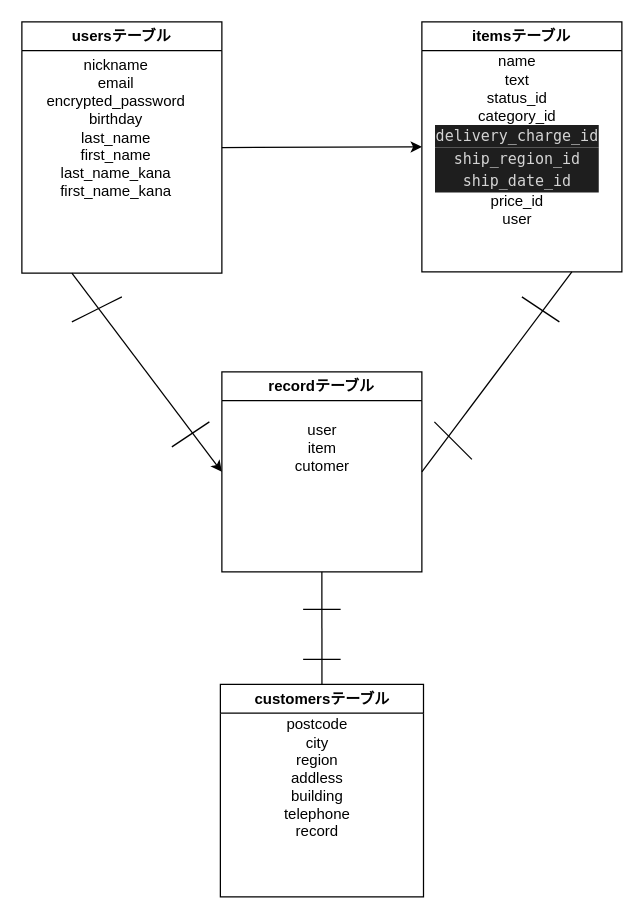
The draw.io diagram furima.dio in yk031000/furima-38576, before the edit. Source tidied: cells renumbered, new cells numbered last; positions are measured from the earlier drawing's top-left corner, leaving out a move shared by most shapes. Both pictures are drawn from the tidied source at 125%, with x=0, y=0 at pixel (21, 21).
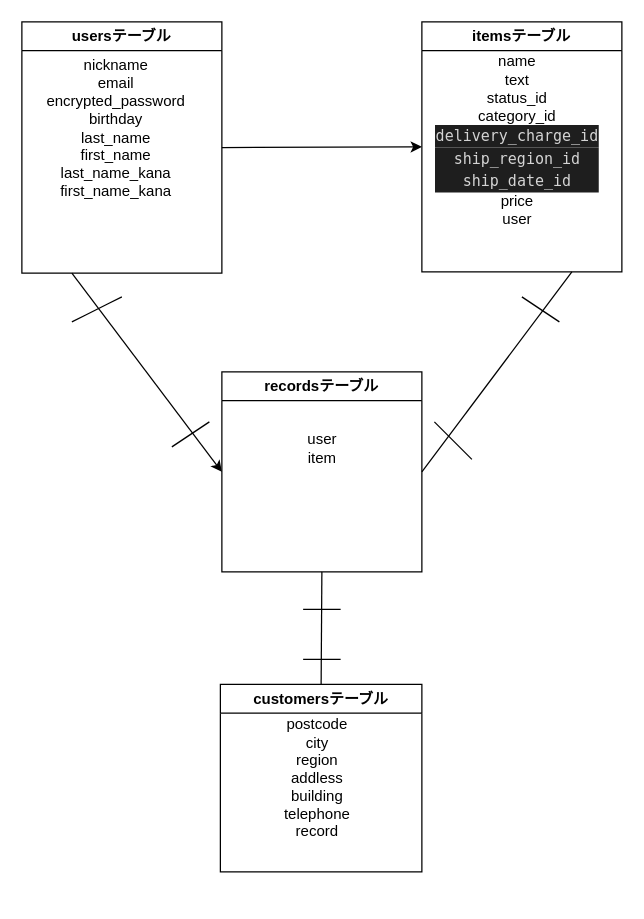
Above is the later version.

Commit message (it also covers changes not shown here):
データベース設計作成

Unchanged cells that the change refers to:
```xml
<mxCell id="6" value="itemsテーブル" style="swimlane;whiteSpace=wrap;html=1;" parent="1" vertex="1">
  <mxGeometry x="320" width="160" height="200" as="geometry" />
</mxCell>
```

What changed in the source:
```diff
@@
-    <mxCell id="7" value="name&lt;br&gt;text&lt;br&gt;status_id&lt;br&gt;category_id&lt;br&gt;&lt;div style=&quot;color: rgb(212, 212, 212); background-color: rgb(30, 30, 30); font-family: Menlo, Monaco, &amp;quot;Courier New&amp;quot;, monospace; line-height: 18px;&quot;&gt;delivery_charge_id&lt;/div&gt;&lt;div style=&quot;color: rgb(212, 212, 212); background-color: rgb(30, 30, 30); font-family: Menlo, Monaco, &amp;quot;Courier New&amp;quot;, monospace; line-height: 18px;&quot;&gt;&lt;div style=&quot;line-height: 18px;&quot;&gt;ship_region_id&lt;/div&gt;&lt;div style=&quot;line-height: 18px;&quot;&gt;&lt;div style=&quot;line-height: 18px;&quot;&gt;ship_date_id&lt;/div&gt;&lt;/div&gt;&lt;/div&gt;price_id&lt;br&gt;user" style="text;html=1;align=center;verticalAlign=middle;strokeColor=none;fillColor=none;" parent="6" vertex="1">
+    <mxCell id="7" value="name&lt;br&gt;text&lt;br&gt;status_id&lt;br&gt;category_id&lt;br&gt;&lt;div style=&quot;color: rgb(212, 212, 212); background-color: rgb(30, 30, 30); font-family: Menlo, Monaco, &amp;quot;Courier New&amp;quot;, monospace; line-height: 18px;&quot;&gt;delivery_charge_id&lt;/div&gt;&lt;div style=&quot;color: rgb(212, 212, 212); background-color: rgb(30, 30, 30); font-family: Menlo, Monaco, &amp;quot;Courier New&amp;quot;, monospace; line-height: 18px;&quot;&gt;&lt;div style=&quot;line-height: 18px;&quot;&gt;ship_region_id&lt;/div&gt;&lt;div style=&quot;line-height: 18px;&quot;&gt;&lt;div style=&quot;line-height: 18px;&quot;&gt;ship_date_id&lt;/div&gt;&lt;/div&gt;&lt;/div&gt;price&lt;br&gt;user" style="text;html=1;align=center;verticalAlign=middle;strokeColor=none;fillColor=none;" parent="6" vertex="1">
       <mxGeometry x="1" y="20" width="150" height="150" as="geometry" />
     </mxCell>
-    <mxCell id="8" value="recordテーブル" style="swimlane;whiteSpace=wrap;html=1;" parent="1" vertex="1">
+    <mxCell id="8" value="recordsテーブル" style="swimlane;whiteSpace=wrap;html=1;" parent="1" vertex="1">
       <mxGeometry x="160" y="280" width="160" height="160" as="geometry" />
     </mxCell>
-    <mxCell id="9" value="user&lt;br&gt;item&lt;br&gt;cutomer&lt;br&gt;" style="text;html=1;align=center;verticalAlign=middle;strokeColor=none;fillColor=none;" parent="8" vertex="1">
-      <mxGeometry x="45" y="31" width="70" height="60" as="geometry" />
+    <mxCell id="9" value="user&lt;br&gt;item" style="text;html=1;align=center;verticalAlign=middle;strokeColor=none;fillColor=none;" parent="8" vertex="1">
+      <mxGeometry x="55" y="41" width="50" height="40" as="geometry" />
     </mxCell>
@@
     <mxCell id="11" value="customersテーブル" style="swimlane;whiteSpace=wrap;html=1;startSize=23;" parent="1" vertex="1">
-      <mxGeometry x="158.8" y="530" width="162.5" height="170" as="geometry" />
+      <mxGeometry x="158.8" y="530" width="161.2" height="150" as="geometry" />
     </mxCell>
```
